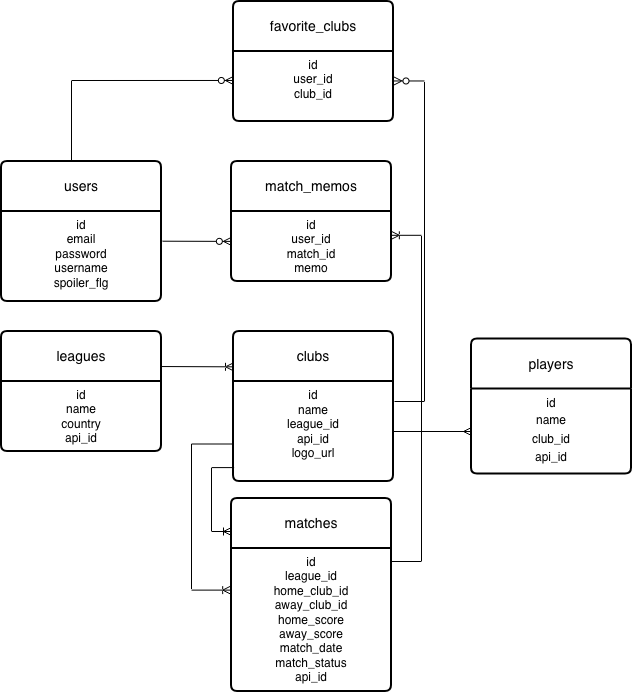
This is docs/screenshots/erd.png from shoya012156/euro-dashboard, a draw.io export, as it was before one commit. Source tidied: cells renumbered, new cells last; positions are measured from the earlier drawing's top-left corner, leaving out a move shared by most shapes. Source of this version:
```xml
<mxGraphModel>
  <root>
    <mxCell id="0" />
    <mxCell id="1" parent="0" />
    <mxCell id="2" value="users" style="swimlane;horizontal=1;startSize=50;rounded=1;fontSize=14;fontStyle=0;strokeWidth=2;shadow=0;dashed=0;align=center;arcSize=4;whiteSpace=wrap;html=1;" parent="1" vertex="1">
      <mxGeometry y="160" width="160" height="140" as="geometry" />
    </mxCell>
    <mxCell id="3" value="id&lt;div&gt;email&lt;/div&gt;&lt;div&gt;password&lt;/div&gt;&lt;div&gt;username&lt;/div&gt;&lt;div style=&quot;&quot;&gt;spoiler_flg&lt;/div&gt;&lt;div&gt;&lt;br&gt;&lt;/div&gt;" style="align=center;strokeColor=none;fillColor=none;spacingLeft=4;spacingRight=4;fontSize=12;verticalAlign=top;html=1;whiteSpace=wrap;" parent="2" vertex="1">
      <mxGeometry y="50" width="160" height="90" as="geometry" />
    </mxCell>
    <mxCell id="4" value="match_memos" style="swimlane;horizontal=1;startSize=50;rounded=1;fontSize=14;fontStyle=0;strokeWidth=2;shadow=0;dashed=0;align=center;arcSize=4;whiteSpace=wrap;html=1;" parent="1" vertex="1">
      <mxGeometry x="230" y="160" width="160" height="120" as="geometry" />
    </mxCell>
    <mxCell id="5" value="id&lt;div&gt;user_id&lt;/div&gt;&lt;div&gt;match_id&lt;/div&gt;&lt;div&gt;memo&lt;/div&gt;" style="align=center;strokeColor=none;fillColor=none;spacingLeft=4;spacingRight=4;fontSize=12;verticalAlign=top;html=1;whiteSpace=wrap;" parent="4" vertex="1">
      <mxGeometry y="50" width="160" height="70" as="geometry" />
    </mxCell>
    <mxCell id="6" style="fontSize=12;html=1;endArrow=ERzeroToMany;endFill=1;rounded=0;entryX=-0.001;entryY=0.427;entryDx=0;entryDy=0;entryPerimeter=0;exitX=1.007;exitY=0.33;exitDx=0;exitDy=0;exitPerimeter=0;" parent="1" edge="1" source="3" target="5">
      <mxGeometry relative="1" as="geometry" />
    </mxCell>
    <mxCell id="7" value="leagues" style="swimlane;horizontal=1;startSize=50;rounded=1;fontSize=14;fontStyle=0;strokeWidth=2;shadow=0;dashed=0;align=center;arcSize=4;whiteSpace=wrap;html=1;" parent="1" vertex="1">
      <mxGeometry y="330" width="160" height="120" as="geometry" />
    </mxCell>
    <mxCell id="8" value="id&lt;div&gt;name&lt;/div&gt;&lt;div&gt;country&lt;/div&gt;&lt;div style=&quot;&quot;&gt;api_id&lt;/div&gt;" style="align=center;strokeColor=none;fillColor=none;spacingLeft=4;spacingRight=4;fontSize=12;verticalAlign=top;html=1;whiteSpace=wrap;" parent="7" vertex="1">
      <mxGeometry y="50" width="160" height="70" as="geometry" />
    </mxCell>
    <mxCell id="9" value="clubs" style="swimlane;horizontal=1;startSize=50;rounded=1;fontSize=14;fontStyle=0;strokeWidth=2;shadow=0;dashed=0;align=center;arcSize=4;whiteSpace=wrap;html=1;" parent="1" vertex="1">
      <mxGeometry x="232" y="330" width="160" height="150" as="geometry" />
    </mxCell>
    <mxCell id="10" value="id&lt;div&gt;name&lt;/div&gt;&lt;div&gt;league_id&lt;/div&gt;&lt;div&gt;api_id&lt;/div&gt;&lt;div&gt;logo_url&lt;/div&gt;&lt;div&gt;&lt;br&gt;&lt;/div&gt;" style="text;html=1;whiteSpace=wrap;strokeColor=none;fillColor=none;align=center;verticalAlign=middle;rounded=0;" parent="9" vertex="1">
      <mxGeometry y="50" width="160" height="100" as="geometry" />
    </mxCell>
    <mxCell id="11" value="matches" style="swimlane;horizontal=1;startSize=50;rounded=1;fontSize=14;fontStyle=0;strokeWidth=2;shadow=0;dashed=0;align=center;arcSize=4;whiteSpace=wrap;html=1;" parent="1" vertex="1">
      <mxGeometry x="230" y="497" width="160" height="193" as="geometry" />
    </mxCell>
    <mxCell id="12" value="id&lt;div&gt;league_id&lt;/div&gt;&lt;div&gt;home_club_id&lt;/div&gt;&lt;div&gt;away_club_id&lt;/div&gt;&lt;div&gt;home_score&lt;/div&gt;&lt;div&gt;away_score&lt;/div&gt;&lt;div&gt;match_date&lt;/div&gt;&lt;div&gt;match_status&lt;/div&gt;&lt;div&gt;api_id&lt;/div&gt;" style="align=center;strokeColor=none;fillColor=none;spacingLeft=4;spacingRight=4;fontSize=12;verticalAlign=top;html=1;whiteSpace=wrap;" parent="11" vertex="1">
      <mxGeometry y="50" width="160" height="143" as="geometry" />
    </mxCell>
    <mxCell id="13" value="favorite_clubs" style="swimlane;horizontal=1;startSize=50;rounded=1;fontSize=14;fontStyle=0;strokeWidth=2;shadow=0;dashed=0;align=center;arcSize=4;whiteSpace=wrap;html=1;" parent="1" vertex="1">
      <mxGeometry x="232" width="160" height="120" as="geometry" />
    </mxCell>
    <mxCell id="14" value="id&lt;div&gt;user_id&lt;/div&gt;&lt;div&gt;club_id&lt;/div&gt;" style="align=center;strokeColor=none;fillColor=none;spacingLeft=4;spacingRight=4;fontSize=12;verticalAlign=top;html=1;whiteSpace=wrap;" parent="13" vertex="1">
      <mxGeometry y="50" width="160" height="70" as="geometry" />
    </mxCell>
    <mxCell id="15" style="fontSize=12;html=1;endArrow=ERoneToMany;rounded=0;entryX=-0.019;entryY=0.329;entryDx=0;entryDy=0;entryPerimeter=0;exitX=1;exitY=0.329;exitDx=0;exitDy=0;exitPerimeter=0;startArrow=none;startFill=0;edgeStyle=elbowEdgeStyle;elbow=vertical;" parent="1" edge="1">
      <mxGeometry relative="1" as="geometry">
        <mxPoint x="160" y="365" as="sourcePoint" />
        <mxPoint x="232" y="365" as="targetPoint" />
      </mxGeometry>
    </mxCell>
    <mxCell id="16" style="edgeStyle=orthogonalEdgeStyle;fontSize=12;html=1;endArrow=ERzeroToMany;endFill=1;rounded=0;entryX=-0.001;entryY=0.414;entryDx=0;entryDy=0;entryPerimeter=0;" parent="1" edge="1" target="14">
      <mxGeometry relative="1" as="geometry">
        <mxPoint x="70" y="160" as="sourcePoint" />
        <Array as="points">
          <mxPoint x="70" y="79" />
        </Array>
      </mxGeometry>
    </mxCell>
    <mxCell id="17" style="edgeStyle=entityRelationEdgeStyle;fontSize=12;html=1;endArrow=ERzeroToMany;endFill=1;rounded=0;entryX=1.003;entryY=0.421;entryDx=0;entryDy=0;entryPerimeter=0;" parent="1" edge="1" target="14">
      <mxGeometry relative="1" as="geometry">
        <mxPoint x="393" y="400" as="sourcePoint" />
      </mxGeometry>
    </mxCell>
    <mxCell id="18" style="edgeStyle=orthogonalEdgeStyle;rounded=0;orthogonalLoop=1;jettySize=auto;html=1;exitX=1;exitY=0.25;exitDx=0;exitDy=0;" parent="1" edge="1">
      <mxGeometry relative="1" as="geometry">
        <mxPoint x="392" y="397.5" as="sourcePoint" />
        <mxPoint x="391.9" y="397.6" as="targetPoint" />
      </mxGeometry>
    </mxCell>
    <mxCell id="19" style="edgeStyle=entityRelationEdgeStyle;fontSize=12;html=1;endArrow=ERoneToMany;rounded=0;entryX=0.999;entryY=0.34;entryDx=0;entryDy=0;entryPerimeter=0;" parent="1" edge="1" target="5">
      <mxGeometry relative="1" as="geometry">
        <mxPoint x="390" y="560" as="sourcePoint" />
      </mxGeometry>
    </mxCell>
    <mxCell id="20" style="edgeStyle=elbowEdgeStyle;fontSize=12;html=1;endArrow=ERoneToMany;rounded=0;exitX=0.004;exitY=0.861;exitDx=0;exitDy=0;exitPerimeter=0;" parent="1" edge="1" source="10">
      <mxGeometry relative="1" as="geometry">
        <mxPoint x="230" y="530" as="targetPoint" />
        <Array as="points">
          <mxPoint x="210" y="490" />
        </Array>
      </mxGeometry>
    </mxCell>
    <mxCell id="21" style="edgeStyle=elbowEdgeStyle;fontSize=12;html=1;endArrow=ERoneToMany;rounded=0;exitX=0;exitY=0.75;exitDx=0;exitDy=0;entryX=-0.005;entryY=0.291;entryDx=0;entryDy=0;entryPerimeter=0;" parent="1" edge="1" source="9" target="12">
      <mxGeometry relative="1" as="geometry">
        <Array as="points">
          <mxPoint x="190" y="500" />
        </Array>
      </mxGeometry>
    </mxCell>
    <mxCell id="22" value="players" style="swimlane;horizontal=1;startSize=50;rounded=1;fontSize=14;fontStyle=0;strokeWidth=2;shadow=0;dashed=0;align=center;arcSize=4;whiteSpace=wrap;html=1;" parent="1" vertex="1">
      <mxGeometry x="470" y="337.5" width="160" height="135" as="geometry" />
    </mxCell>
    <mxCell id="23" value="id&lt;div&gt;&lt;table id=&quot;399ad2da-ff3d-8059-a6d7-f5828f71547a&quot; class=&quot;simple-table&quot;&gt;&lt;tbody&gt;&lt;tr id=&quot;399ad2da-ff3d-80b1-a5c9-feffb7da815f&quot; dir=&quot;ltr&quot;&gt;&lt;td id=&quot;KNxt&quot; class=&quot;&quot; style=&quot;width:146.5px&quot;&gt;name&lt;/td&gt;&lt;/tr&gt;&lt;tr id=&quot;399ad2da-ff3d-8041-8f94-f2ef924e8654&quot; dir=&quot;ltr&quot;&gt;&lt;td id=&quot;KNxt&quot; class=&quot;&quot; style=&quot;width:146.5px&quot;&gt;club_id&lt;/td&gt;&lt;/tr&gt;&lt;tr id=&quot;399ad2da-ff3d-8029-a9a8-fff0d3f9d543&quot; dir=&quot;ltr&quot;&gt;&lt;td id=&quot;KNxt&quot; class=&quot;&quot; style=&quot;width: 146.5px;&quot;&gt;api_id&lt;/td&gt;&lt;/tr&gt;&lt;/tbody&gt;&lt;/table&gt;&lt;/div&gt;" style="align=center;strokeColor=none;fillColor=none;spacingLeft=4;spacingRight=4;fontSize=12;verticalAlign=top;html=1;whiteSpace=wrap;" parent="22" vertex="1">
      <mxGeometry y="50" width="160" height="85" as="geometry" />
    </mxCell>
    <mxCell id="24" style="edgeStyle=orthogonalEdgeStyle;rounded=0;jettySize=auto;html=1;endArrow=ERmany;endFill=0;" parent="1" edge="1" source="10" target="23">
      <mxGeometry relative="1" as="geometry" />
    </mxCell>
  </root>
</mxGraphModel>
```
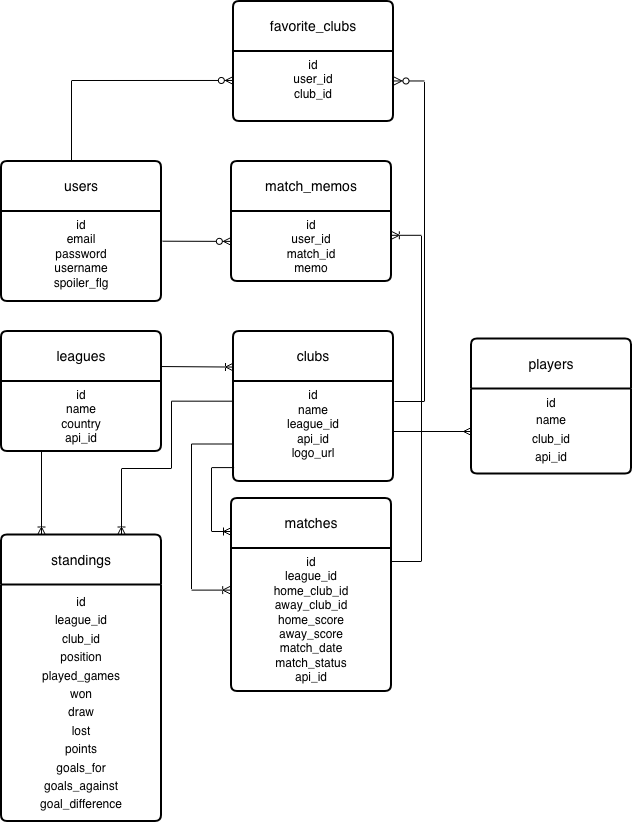
After the change.

Commit message:
docs: standingsテーブルをER図に追加

Diff of the diagram source:
```diff
@@ -95,5 +95,23 @@
     <mxCell id="24" style="edgeStyle=orthogonalEdgeStyle;rounded=0;jettySize=auto;html=1;endArrow=ERmany;endFill=0;" parent="1" edge="1" source="10" target="23">
       <mxGeometry relative="1" as="geometry" />
     </mxCell>
+    <mxCell id="25" value="standings" style="swimlane;horizontal=1;startSize=50;rounded=1;fontSize=14;fontStyle=0;strokeWidth=2;shadow=0;dashed=0;align=center;arcSize=4;whiteSpace=wrap;html=1;" parent="1" vertex="1">
+      <mxGeometry y="533.5" width="160" height="286.5" as="geometry" />
+    </mxCell>
+    <mxCell id="26" value="&lt;table id=&quot;9983c140-c811-44fc-be54-e094ad53a447&quot; class=&quot;simple-table&quot;&gt;&lt;tbody&gt;&lt;tr id=&quot;1c5684fd-e324-41e5-bc24-0e55303bea50&quot; dir=&quot;ltr&quot;&gt;&lt;td id=&quot;YY&amp;lt;O&quot; class=&quot;&quot;&gt;id&lt;/td&gt;&lt;/tr&gt;&lt;tr id=&quot;d9fd92bd-91a5-4533-b455-5e91647ca892&quot; dir=&quot;ltr&quot;&gt;&lt;td id=&quot;YY&amp;lt;O&quot; class=&quot;&quot;&gt;league_id&lt;/td&gt;&lt;/tr&gt;&lt;tr id=&quot;be45c5cf-1f9c-4074-a101-444ebbe79e70&quot; dir=&quot;ltr&quot;&gt;&lt;td id=&quot;YY&amp;lt;O&quot; class=&quot;&quot;&gt;club_id&lt;/td&gt;&lt;/tr&gt;&lt;tr id=&quot;33a3cf56-3e2c-4428-b3a6-65db4412c90f&quot; dir=&quot;ltr&quot;&gt;&lt;td id=&quot;YY&amp;lt;O&quot; class=&quot;&quot;&gt;position&lt;/td&gt;&lt;/tr&gt;&lt;tr id=&quot;ef1f0c9a-97ac-4482-ac8d-c16fb77d560f&quot; dir=&quot;ltr&quot;&gt;&lt;td id=&quot;YY&amp;lt;O&quot; class=&quot;&quot;&gt;played_games&lt;/td&gt;&lt;/tr&gt;&lt;tr id=&quot;9d26cf26-4f4b-46ae-8a4d-fbcb2d8a4e52&quot; dir=&quot;ltr&quot;&gt;&lt;td id=&quot;YY&amp;lt;O&quot; class=&quot;&quot;&gt;won&lt;/td&gt;&lt;/tr&gt;&lt;tr id=&quot;988495da-948c-43a2-8419-12abb18df4cf&quot; dir=&quot;ltr&quot;&gt;&lt;td id=&quot;YY&amp;lt;O&quot; class=&quot;&quot;&gt;draw&lt;/td&gt;&lt;/tr&gt;&lt;tr id=&quot;73b31f8f-1652-4e8e-a99b-dcdf9a47e1d7&quot; dir=&quot;ltr&quot;&gt;&lt;td id=&quot;YY&amp;lt;O&quot; class=&quot;&quot;&gt;lost&lt;/td&gt;&lt;/tr&gt;&lt;tr id=&quot;d69a45b4-f2af-46f7-85ea-d888be56c042&quot; dir=&quot;ltr&quot;&gt;&lt;td id=&quot;YY&amp;lt;O&quot; class=&quot;&quot;&gt;points&lt;/td&gt;&lt;/tr&gt;&lt;tr id=&quot;b662b797-5000-48bf-875e-70fa1a68aa45&quot; dir=&quot;ltr&quot;&gt;&lt;td id=&quot;YY&amp;lt;O&quot; class=&quot;&quot;&gt;goals_for&lt;/td&gt;&lt;/tr&gt;&lt;tr id=&quot;6a50aaf0-8550-4701-a42e-72891515218d&quot; dir=&quot;ltr&quot;&gt;&lt;td id=&quot;YY&amp;lt;O&quot; class=&quot;&quot;&gt;goals_against&lt;/td&gt;&lt;/tr&gt;&lt;tr id=&quot;a4dc57b5-e5ad-4ab6-a1f8-b0100759cbb1&quot; dir=&quot;ltr&quot;&gt;&lt;td id=&quot;YY&amp;lt;O&quot; class=&quot;&quot; style=&quot;&quot;&gt;goal_difference&lt;/td&gt;&lt;/tr&gt;&lt;/tbody&gt;&lt;/table&gt;" style="align=center;strokeColor=none;fillColor=none;spacingLeft=4;spacingRight=4;fontSize=12;verticalAlign=top;html=1;whiteSpace=wrap;" parent="25" vertex="1">
+      <mxGeometry y="50" width="160" height="236.5" as="geometry" />
+    </mxCell>
+    <mxCell id="27" style="edgeStyle=orthogonalEdgeStyle;rounded=0;jettySize=auto;html=1;exitX=0.25;exitY=1;exitDx=0;exitDy=0;entryX=0.25;entryY=0;entryDx=0;entryDy=0;endArrow=ERoneToMany;endFill=0;" parent="1" edge="1" source="8" target="25">
+      <mxGeometry relative="1" as="geometry" />
+    </mxCell>
+    <mxCell id="28" style="edgeStyle=orthogonalEdgeStyle;rounded=0;jettySize=auto;html=1;exitX=0;exitY=0.197;exitDx=0;exitDy=0;endArrow=ERoneToMany;endFill=0;entryX=0.75;entryY=0;entryDx=0;entryDy=0;exitPerimeter=0;" parent="1" edge="1" source="10" target="25">
+      <mxGeometry relative="1" as="geometry">
+        <Array as="points">
+          <mxPoint x="170" y="400" />
+          <mxPoint x="170" y="467" />
+          <mxPoint x="120" y="467" />
+        </Array>
+      </mxGeometry>
+    </mxCell>
   </root>
 </mxGraphModel>
```
